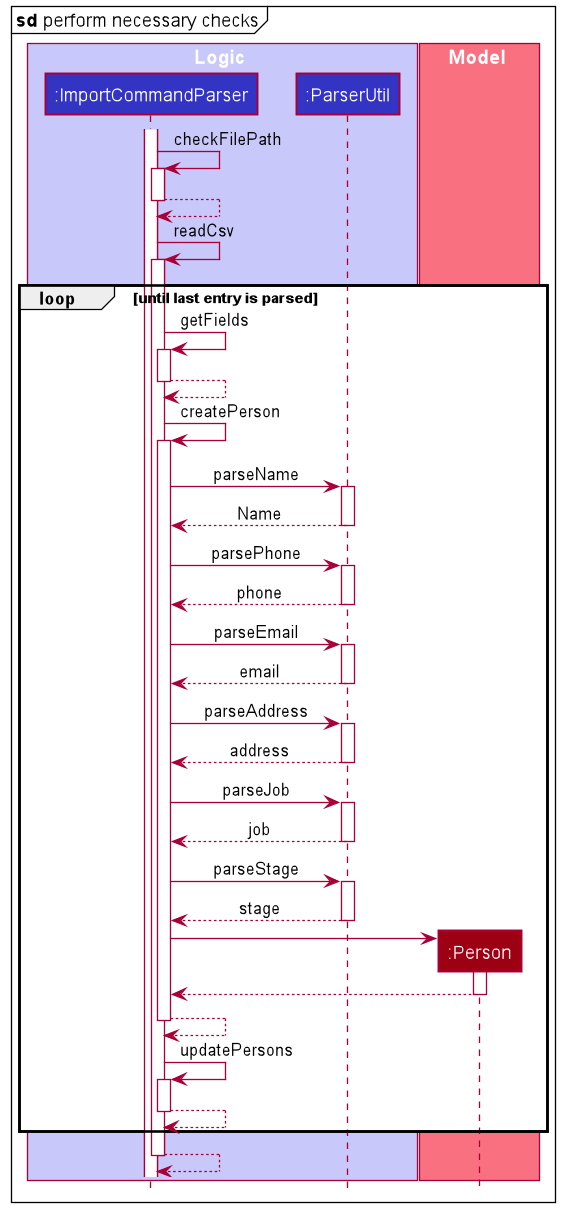
Earlier version of the PlantUML export docs/images/ImportCheckSequenceDiagram.png (rcjj98/tp). The source it was exported from:
```plantuml
@startuml
!include style.puml

mainframe **sd** perform necessary checks

box Logic LOGIC_COLOR_T1
participant ":ImportCommandParser" as ImportCommandParser LOGIC_COLOR
participant ":ParserUtil" as ParserUtil LOGIC_COLOR
end box

box Model MODEL_COLOR_T1
participant ":Person" as Person MODEL_COLOR
end box

activate ImportCommandParser

ImportCommandParser -> ImportCommandParser : checkFilePath
activate ImportCommandParser
ImportCommandParser --> ImportCommandParser
deactivate ImportCommandParser

ImportCommandParser -> ImportCommandParser : readCsv
activate ImportCommandParser

loop until last entry is parsed
ImportCommandParser -> ImportCommandParser : getFields
activate ImportCommandParser
ImportCommandParser --> ImportCommandParser
deactivate ImportCommandParser

ImportCommandParser -> ImportCommandParser : createPerson
activate ImportCommandParser

ImportCommandParser -> ParserUtil : parseName
activate ParserUtil
ParserUtil --> ImportCommandParser : Name
deactivate ParserUtil

ImportCommandParser -> ParserUtil : parsePhone
activate ParserUtil
ParserUtil --> ImportCommandParser : phone
deactivate ParserUtil

ImportCommandParser -> ParserUtil : parseEmail
activate ParserUtil
ParserUtil --> ImportCommandParser : email
deactivate ParserUtil

ImportCommandParser -> ParserUtil : parseAddress
activate ParserUtil
ParserUtil --> ImportCommandParser : address
deactivate ParserUtil

ImportCommandParser -> ParserUtil : parseJob
activate ParserUtil
ParserUtil --> ImportCommandParser : job
deactivate ParserUtil

ImportCommandParser -> ParserUtil : parseStage
activate ParserUtil
ParserUtil --> ImportCommandParser : stage
deactivate ParserUtil

create Person
ImportCommandParser -> Person
activate Person
Person --> ImportCommandParser
deactivate Person






ImportCommandParser --> ImportCommandParser
deactivate ImportCommandParser

ImportCommandParser -> ImportCommandParser : updatePersons
activate ImportCommandParser
ImportCommandParser --> ImportCommandParser
deactivate ImportCommandParser

end
ImportCommandParser --> ImportCommandParser
deactivate ImportCommandParser

@enduml
```
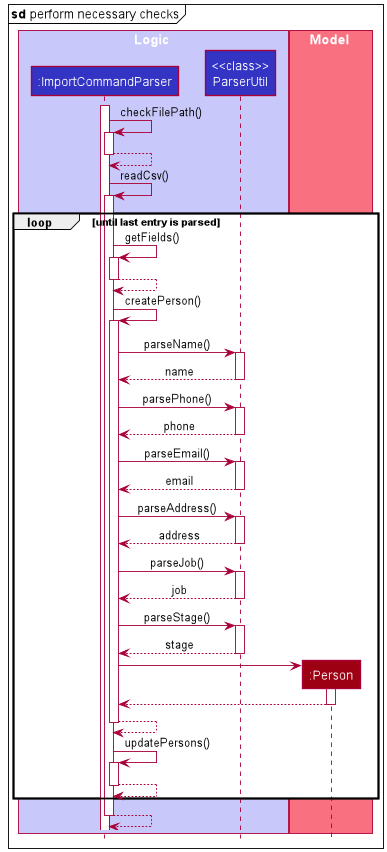
After the change.

The edit, as a diff of the source:
```diff
@@ -5,7 +5,7 @@
 
 box Logic LOGIC_COLOR_T1
 participant ":ImportCommandParser" as ImportCommandParser LOGIC_COLOR
-participant ":ParserUtil" as ParserUtil LOGIC_COLOR
+participant "<<class>>\nParserUtil" as ParserUtil LOGIC_COLOR
 end box
 
 box Model MODEL_COLOR_T1
@@ -14,49 +14,49 @@
 
 activate ImportCommandParser
 
-ImportCommandParser -> ImportCommandParser : checkFilePath
+ImportCommandParser -> ImportCommandParser : checkFilePath()
 activate ImportCommandParser
 ImportCommandParser --> ImportCommandParser
 deactivate ImportCommandParser
 
-ImportCommandParser -> ImportCommandParser : readCsv
+ImportCommandParser -> ImportCommandParser : readCsv()
 activate ImportCommandParser
 
 loop until last entry is parsed
-ImportCommandParser -> ImportCommandParser : getFields
+ImportCommandParser -> ImportCommandParser : getFields()
 activate ImportCommandParser
 ImportCommandParser --> ImportCommandParser
 deactivate ImportCommandParser
 
-ImportCommandParser -> ImportCommandParser : createPerson
+ImportCommandParser -> ImportCommandParser : createPerson()
 activate ImportCommandParser
 
-ImportCommandParser -> ParserUtil : parseName
+ImportCommandParser -> ParserUtil : parseName()
 activate ParserUtil
-ParserUtil --> ImportCommandParser : Name
+ParserUtil --> ImportCommandParser : name
 deactivate ParserUtil
 
-ImportCommandParser -> ParserUtil : parsePhone
+ImportCommandParser -> ParserUtil : parsePhone()
 activate ParserUtil
 ParserUtil --> ImportCommandParser : phone
 deactivate ParserUtil
 
-ImportCommandParser -> ParserUtil : parseEmail
+ImportCommandParser -> ParserUtil : parseEmail()
 activate ParserUtil
 ParserUtil --> ImportCommandParser : email
 deactivate ParserUtil
 
-ImportCommandParser -> ParserUtil : parseAddress
+ImportCommandParser -> ParserUtil : parseAddress()
 activate ParserUtil
 ParserUtil --> ImportCommandParser : address
 deactivate ParserUtil
 
-ImportCommandParser -> ParserUtil : parseJob
+ImportCommandParser -> ParserUtil : parseJob()
 activate ParserUtil
 ParserUtil --> ImportCommandParser : job
 deactivate ParserUtil
 
-ImportCommandParser -> ParserUtil : parseStage
+ImportCommandParser -> ParserUtil : parseStage()
 activate ParserUtil
 ParserUtil --> ImportCommandParser : stage
 deactivate ParserUtil
@@ -75,7 +75,7 @@
 ImportCommandParser --> ImportCommandParser
 deactivate ImportCommandParser
 
-ImportCommandParser -> ImportCommandParser : updatePersons
+ImportCommandParser -> ImportCommandParser : updatePersons()
 activate ImportCommandParser
 ImportCommandParser --> ImportCommandParser
 deactivate ImportCommandParser
```
